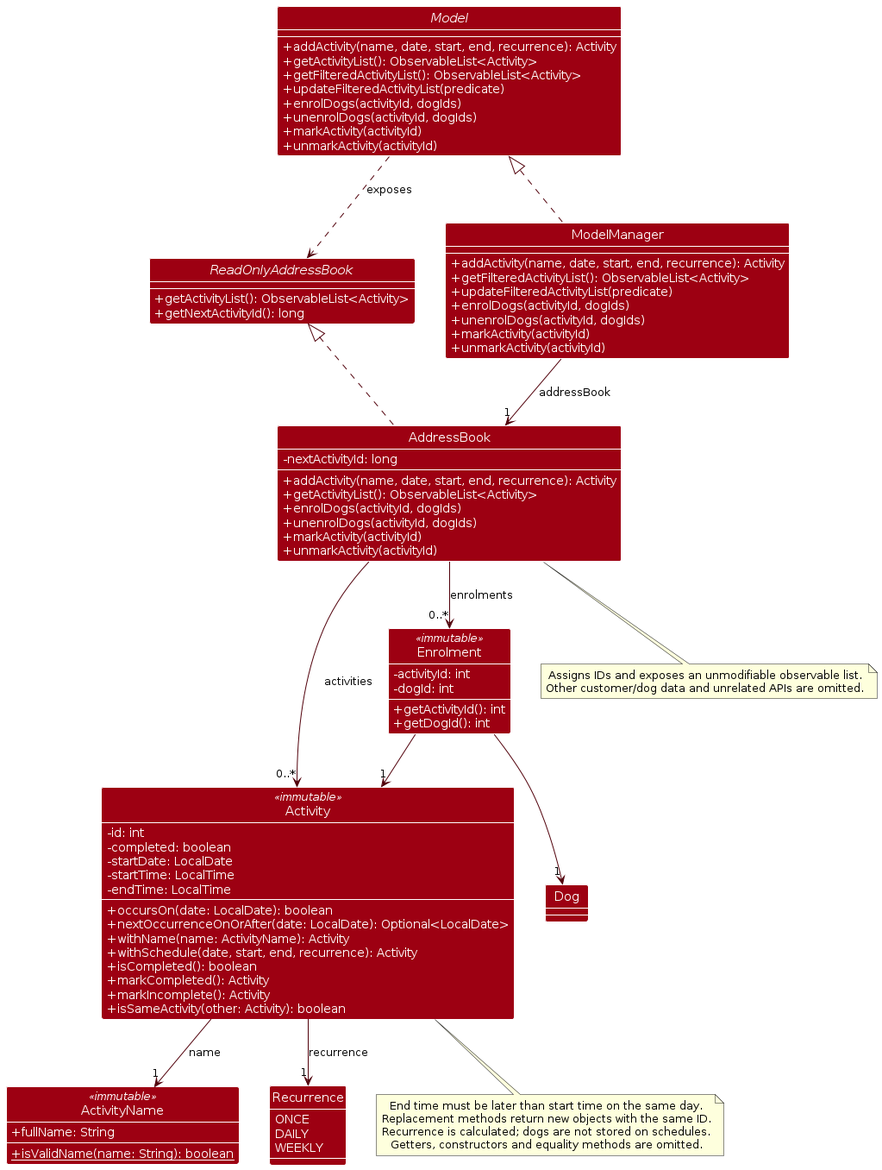
Before: diagrams/ActivityClassDiagram.png, a diagram exported from PlantUML (AY2627S1-CS2103T-T15-4/tp). Its source is kept beside it as diagrams/ActivityClassDiagram.puml.
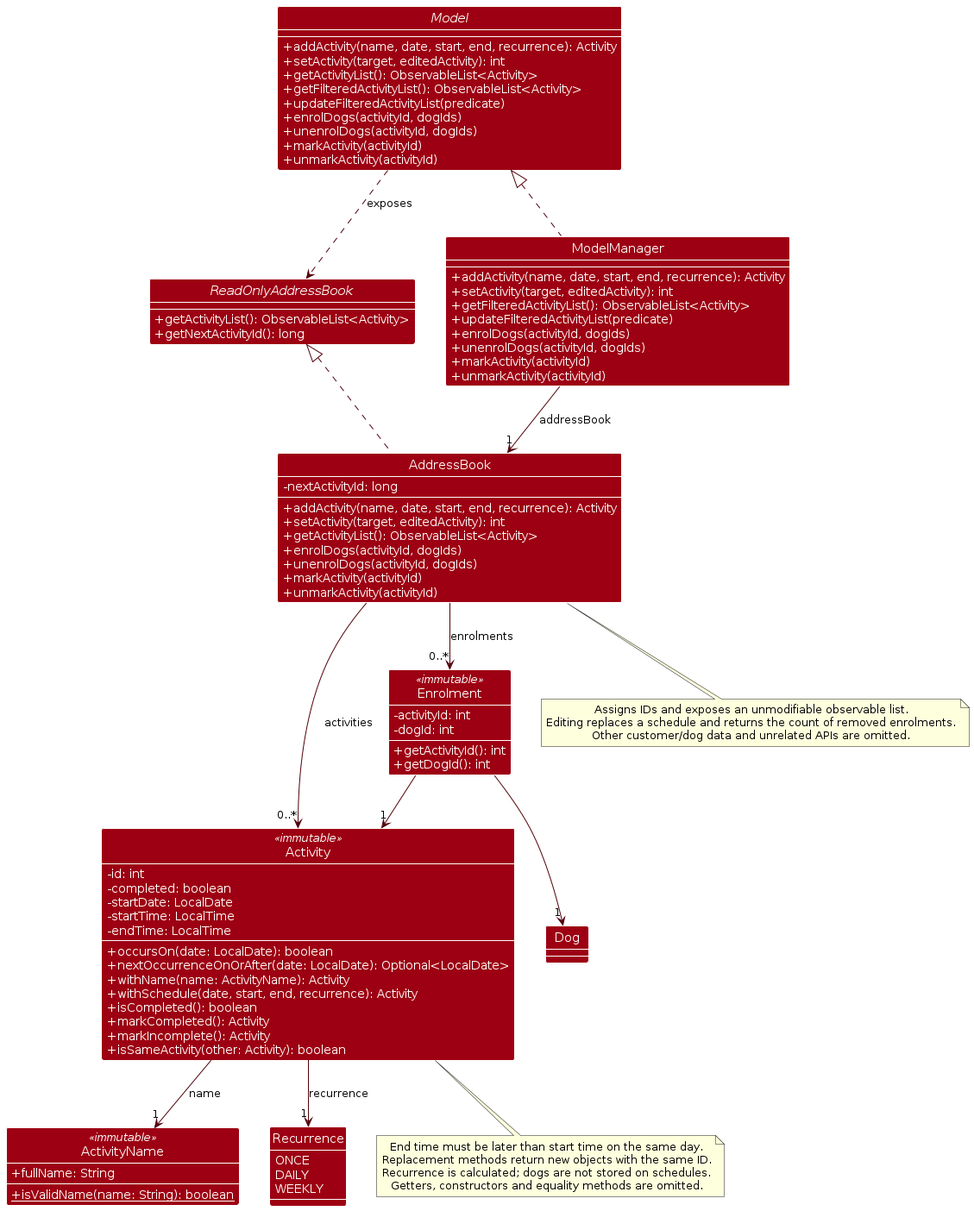
The same diagram one commit later.

The edit, as a diff of the source:
```diff
@@ -9,6 +9,7 @@
 
 interface Model {
   +addActivity(name, date, start, end, recurrence): Activity
+  +setActivity(target, editedActivity): int
   +getActivityList(): ObservableList<Activity>
   +getFilteredActivityList(): ObservableList<Activity>
   +updateFilteredActivityList(predicate)
@@ -20,6 +21,7 @@
 
 class ModelManager {
   +addActivity(name, date, start, end, recurrence): Activity
+  +setActivity(target, editedActivity): int
   +getFilteredActivityList(): ObservableList<Activity>
   +updateFilteredActivityList(predicate)
   +enrolDogs(activityId, dogIds)
@@ -36,6 +38,7 @@
 class AddressBook {
   -nextActivityId: long
   +addActivity(name, date, start, end, recurrence): Activity
+  +setActivity(target, editedActivity): int
   +getActivityList(): ObservableList<Activity>
   +enrolDogs(activityId, dogIds)
   +unenrolDogs(activityId, dogIds)
@@ -90,6 +93,7 @@
 
 note bottom of AddressBook
   Assigns IDs and exposes an unmodifiable observable list.
+  Editing replaces a schedule and returns the count of removed enrolments.
   Other customer/dog data and unrelated APIs are omitted.
 end note
 
```
